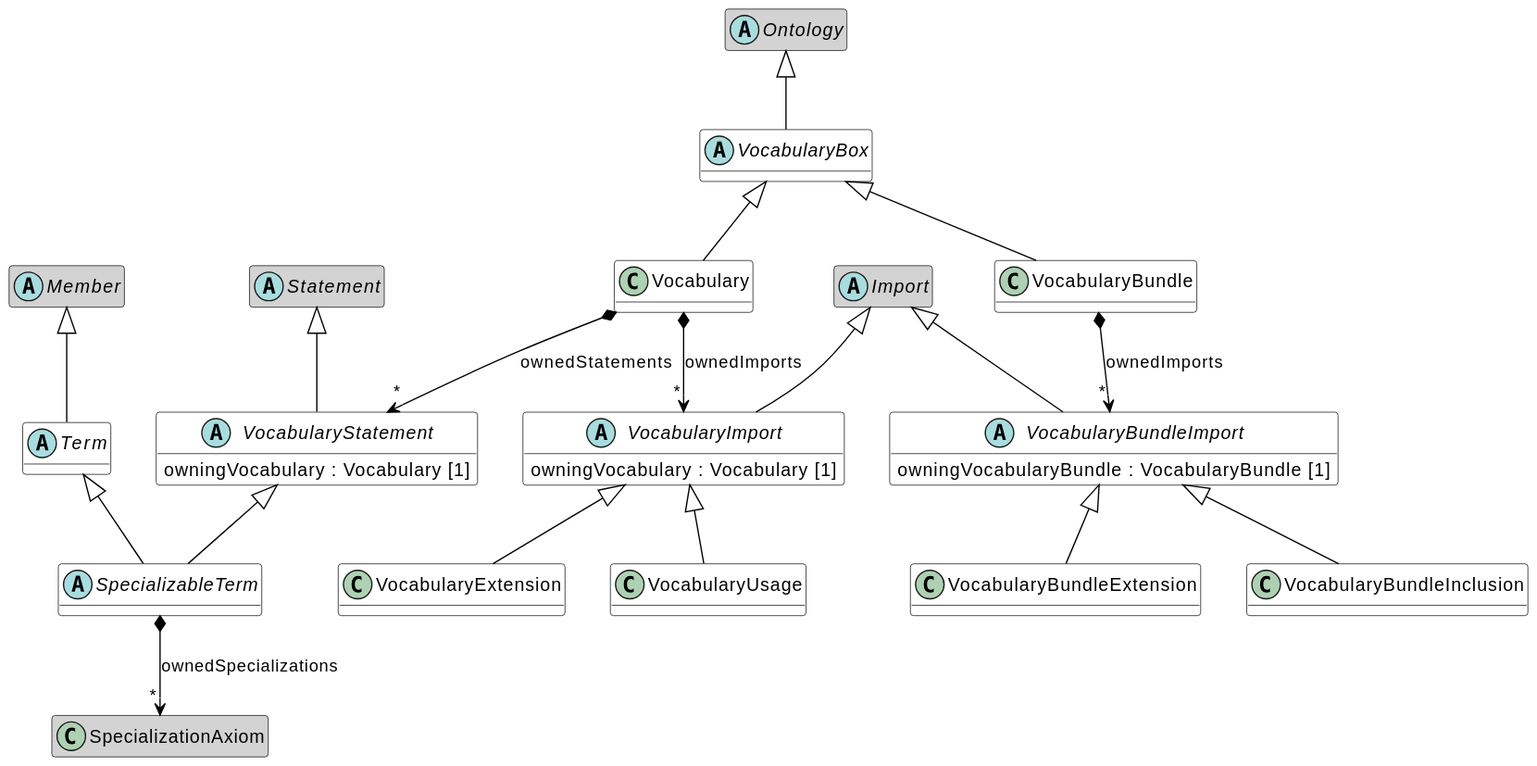
This is images/oml-Vocabularies.svg from opencaesar/oml, a PlantUML export, as it was before one commit. Source of this version:
```plantuml
@startuml
skinparam classBackgroundColor LightGray
skinparam classBorderColor Black
skinparam enumBorderColor Black
skinparam ArrowColor Black
hide methods
abstract class SpecializableTerm [[#SpecializableTerm]] #white {
}
class SpecializationAxiom [[#SpecializationAxiom]]
hide SpecializationAxiom members
SpecializableTerm -up-|> Term [[#Term]]
SpecializableTerm -up-|> VocabularyStatement [[#VocabularyStatement]]
SpecializableTerm *--> "*" SpecializationAxiom : ownedSpecializations
abstract class Term [[#Term]] #white {
}
abstract class Member [[#Member]]
hide Member members
Term -up-|> Member [[#Member]]
class Vocabulary [[#Vocabulary]] #white {
}
Vocabulary -up-|> VocabularyBox [[#VocabularyBox]]
Vocabulary *--> "*" VocabularyImport : ownedImports
Vocabulary *--> "*" VocabularyStatement : ownedStatements
abstract class VocabularyBox [[#VocabularyBox]] #white {
}
abstract class Ontology [[#Ontology]]
hide Ontology members
VocabularyBox -up-|> Ontology [[#Ontology]]
class VocabularyBundle [[#VocabularyBundle]] #white {
}
VocabularyBundle -up-|> VocabularyBox [[#VocabularyBox]]
VocabularyBundle *--> "*" VocabularyBundleImport : ownedImports
class VocabularyBundleExtension [[#VocabularyBundleExtension]] #white {
}
VocabularyBundleExtension -up-|> VocabularyBundleImport [[#VocabularyBundleImport]]
abstract class VocabularyBundleImport [[#VocabularyBundleImport]] #white {
	owningVocabularyBundle : VocabularyBundle [1]
}
abstract class Import [[#Import]]
hide Import members
VocabularyBundleImport -up-|> Import [[#Import]]
class VocabularyBundleInclusion [[#VocabularyBundleInclusion]] #white {
}
VocabularyBundleInclusion -up-|> VocabularyBundleImport [[#VocabularyBundleImport]]
class VocabularyExtension [[#VocabularyExtension]] #white {
}
VocabularyExtension -up-|> VocabularyImport [[#VocabularyImport]]
abstract class VocabularyImport [[#VocabularyImport]] #white {
	owningVocabulary : Vocabulary [1]
}
abstract class Import [[#Import]]
hide Import members
VocabularyImport -up-|> Import [[#Import]]
abstract class VocabularyStatement [[#VocabularyStatement]] #white {
	owningVocabulary : Vocabulary [1]
}
abstract class Statement [[#Statement]]
hide Statement members
VocabularyStatement -up-|> Statement [[#Statement]]
class VocabularyUsage [[#VocabularyUsage]] #white {
}
VocabularyUsage -up-|> VocabularyImport [[#VocabularyImport]]
@enduml
```
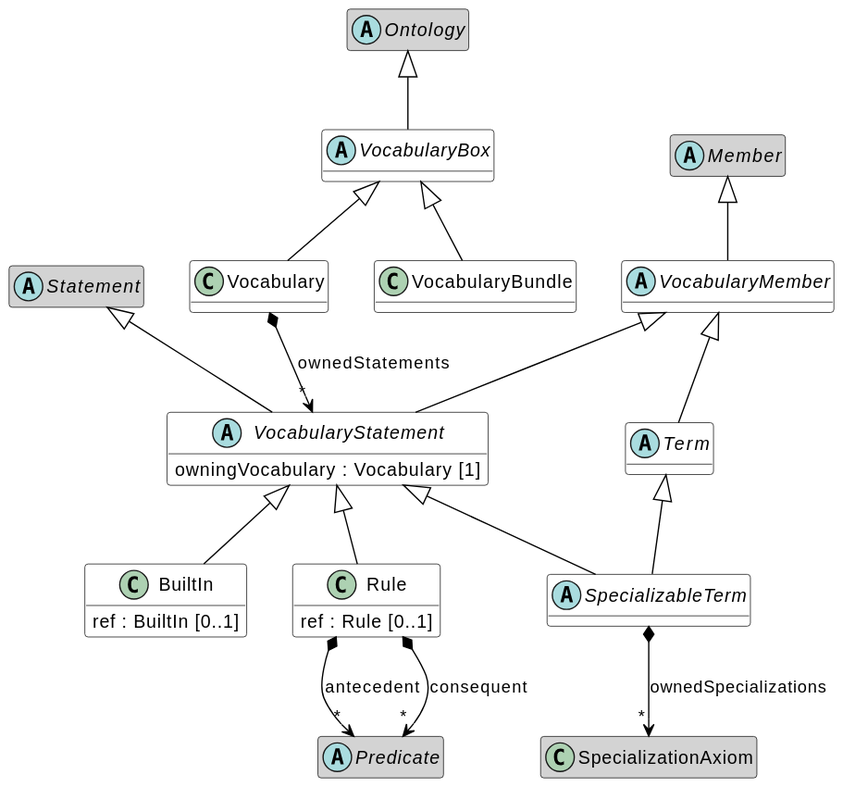
After the change.

Change to the diagram source:
```diff
@@ -4,6 +4,20 @@
 skinparam enumBorderColor Black
 skinparam ArrowColor Black
 hide methods
+class BuiltIn [[#BuiltIn]] #white {
+	ref : BuiltIn [0..1]
+}
+BuiltIn -up-|> VocabularyStatement [[#VocabularyStatement]]
+class Rule [[#Rule]] #white {
+	ref : Rule [0..1]
+}
+abstract class Predicate [[#Predicate]]
+hide Predicate members
+abstract class Predicate [[#Predicate]]
+hide Predicate members
+Rule -up-|> VocabularyStatement [[#VocabularyStatement]]
+Rule *--> "*" Predicate : antecedent
+Rule *--> "*" Predicate : consequent
 abstract class SpecializableTerm [[#SpecializableTerm]] #white {
 }
 class SpecializationAxiom [[#SpecializationAxiom]]
@@ -13,13 +27,10 @@
 SpecializableTerm *--> "*" SpecializationAxiom : ownedSpecializations
 abstract class Term [[#Term]] #white {
 }
-abstract class Member [[#Member]]
-hide Member members
-Term -up-|> Member [[#Member]]
+Term -up-|> VocabularyMember [[#VocabularyMember]]
 class Vocabulary [[#Vocabulary]] #white {
 }
 Vocabulary -up-|> VocabularyBox [[#VocabularyBox]]
-Vocabulary *--> "*" VocabularyImport : ownedImports
 Vocabulary *--> "*" VocabularyStatement : ownedStatements
 abstract class VocabularyBox [[#VocabularyBox]] #white {
 }
@@ -29,35 +40,16 @@
 class VocabularyBundle [[#VocabularyBundle]] #white {
 }
 VocabularyBundle -up-|> VocabularyBox [[#VocabularyBox]]
-VocabularyBundle *--> "*" VocabularyBundleImport : ownedImports
-class VocabularyBundleExtension [[#VocabularyBundleExtension]] #white {
+abstract class VocabularyMember [[#VocabularyMember]] #white {
 }
-VocabularyBundleExtension -up-|> VocabularyBundleImport [[#VocabularyBundleImport]]
-abstract class VocabularyBundleImport [[#VocabularyBundleImport]] #white {
-	owningVocabularyBundle : VocabularyBundle [1]
-}
-abstract class Import [[#Import]]
-hide Import members
-VocabularyBundleImport -up-|> Import [[#Import]]
-class VocabularyBundleInclusion [[#VocabularyBundleInclusion]] #white {
-}
-VocabularyBundleInclusion -up-|> VocabularyBundleImport [[#VocabularyBundleImport]]
-class VocabularyExtension [[#VocabularyExtension]] #white {
-}
-VocabularyExtension -up-|> VocabularyImport [[#VocabularyImport]]
-abstract class VocabularyImport [[#VocabularyImport]] #white {
-	owningVocabulary : Vocabulary [1]
-}
-abstract class Import [[#Import]]
-hide Import members
-VocabularyImport -up-|> Import [[#Import]]
+abstract class Member [[#Member]]
+hide Member members
+VocabularyMember -up-|> Member [[#Member]]
 abstract class VocabularyStatement [[#VocabularyStatement]] #white {
 	owningVocabulary : Vocabulary [1]
 }
 abstract class Statement [[#Statement]]
 hide Statement members
 VocabularyStatement -up-|> Statement [[#Statement]]
-class VocabularyUsage [[#VocabularyUsage]] #white {
-}
-VocabularyUsage -up-|> VocabularyImport [[#VocabularyImport]]
+VocabularyStatement -up-|> VocabularyMember [[#VocabularyMember]]
 @enduml
```
